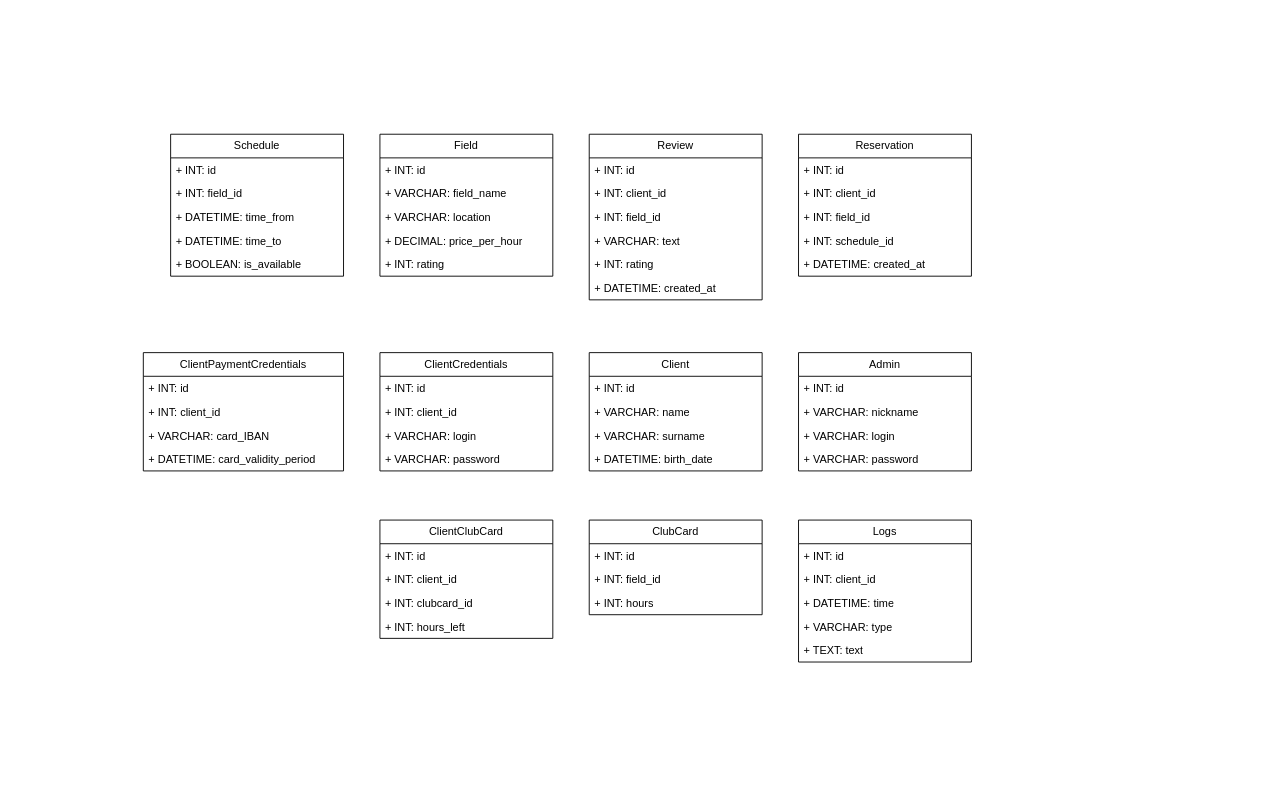
SvetlanaMinich/MDiSUBD_sem5 keeps this draw.io diagram as entities.drawio. Above is the earlier version. Source tidied: cells renumbered, new cells numbered last; positions are measured from the earlier drawing's top-left corner, leaving out a move shared by most shapes. Both pictures are drawn from the tidied source at 91%, with x=0, y=0 at pixel (143, 134).
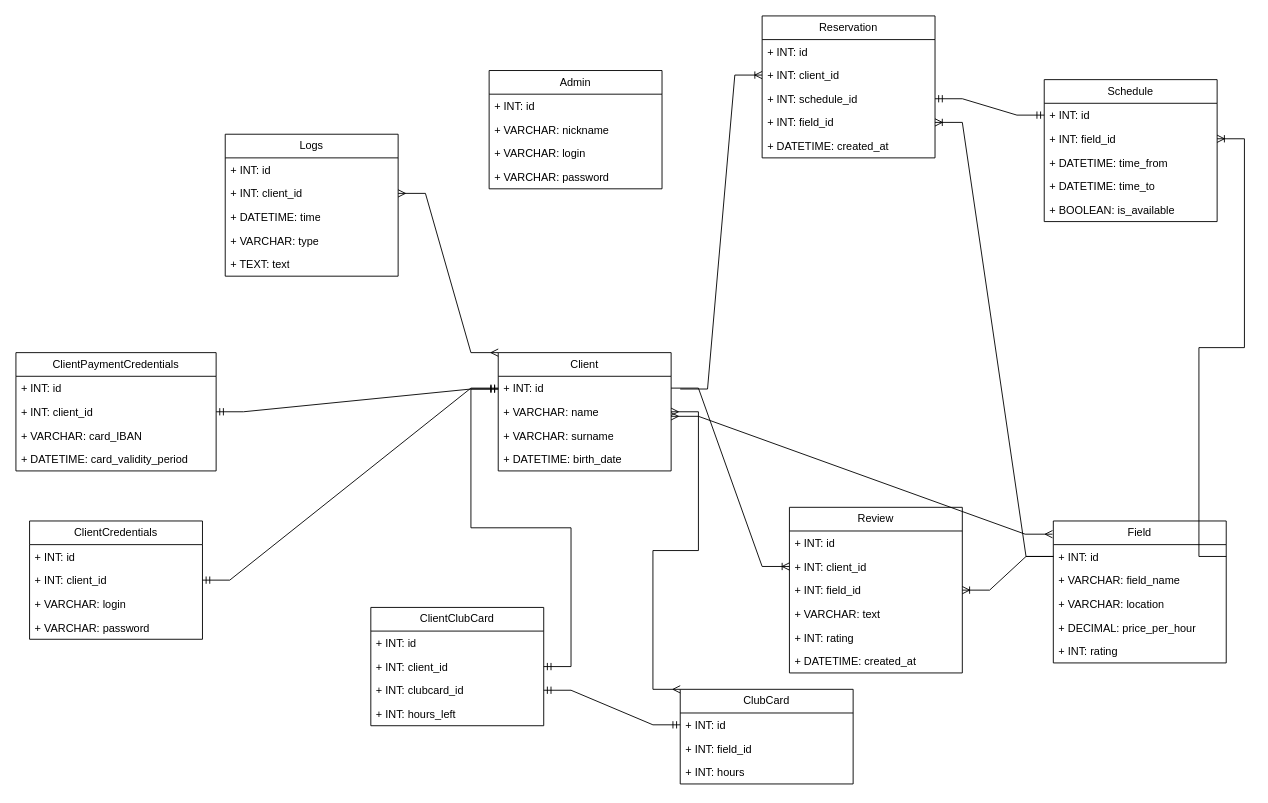
The same page after the edit.

Commit message (it also covers changes not shown here):
entities schema done

The change refers to these unchanged cells:
```xml
<mxCell id="3" value="+ INT: id" style="text;strokeColor=none;fillColor=none;align=left;verticalAlign=top;spacingLeft=4;spacingRight=4;overflow=hidden;points=[[0,0.5],[1,0.5]];portConstraint=eastwest;whiteSpace=wrap;html=1;" parent="2" vertex="1">
  <mxGeometry y="26" width="190" height="26" as="geometry" />
</mxCell>
<mxCell id="10" value="+ INT: client_id" style="text;strokeColor=none;fillColor=none;align=left;verticalAlign=top;spacingLeft=4;spacingRight=4;overflow=hidden;points=[[0,0.5],[1,0.5]];portConstraint=eastwest;whiteSpace=wrap;html=1;" parent="8" vertex="1">
  <mxGeometry y="52" width="190" height="26" as="geometry" />
</mxCell>
<mxCell id="11" value="+ INT: field_id" style="text;strokeColor=none;fillColor=none;align=left;verticalAlign=top;spacingLeft=4;spacingRight=4;overflow=hidden;points=[[0,0.5],[1,0.5]];portConstraint=eastwest;whiteSpace=wrap;html=1;" parent="8" vertex="1">
  <mxGeometry y="78" width="190" height="26" as="geometry" />
</mxCell>
<mxCell id="16" value="+ INT: id" style="text;strokeColor=none;fillColor=none;align=left;verticalAlign=top;spacingLeft=4;spacingRight=4;overflow=hidden;points=[[0,0.5],[1,0.5]];portConstraint=eastwest;whiteSpace=wrap;html=1;" parent="15" vertex="1">
  <mxGeometry y="26" width="190" height="26" as="geometry" />
</mxCell>
<mxCell id="17" value="+ INT: field_id" style="text;strokeColor=none;fillColor=none;align=left;verticalAlign=top;spacingLeft=4;spacingRight=4;overflow=hidden;points=[[0,0.5],[1,0.5]];portConstraint=eastwest;whiteSpace=wrap;html=1;" parent="15" vertex="1">
  <mxGeometry y="52" width="190" height="26" as="geometry" />
</mxCell>
<mxCell id="23" value="+ INT: client_id" style="text;strokeColor=none;fillColor=none;align=left;verticalAlign=top;spacingLeft=4;spacingRight=4;overflow=hidden;points=[[0,0.5],[1,0.5]];portConstraint=eastwest;whiteSpace=wrap;html=1;" parent="21" vertex="1">
  <mxGeometry y="52" width="190" height="26" as="geometry" />
</mxCell>
<mxCell id="28" value="+ INT: id" style="text;strokeColor=none;fillColor=none;align=left;verticalAlign=top;spacingLeft=4;spacingRight=4;overflow=hidden;points=[[0,0.5],[1,0.5]];portConstraint=eastwest;whiteSpace=wrap;html=1;" parent="27" vertex="1">
  <mxGeometry y="26" width="190" height="26" as="geometry" />
</mxCell>
<mxCell id="29" value="+ VARCHAR: name" style="text;strokeColor=none;fillColor=none;align=left;verticalAlign=top;spacingLeft=4;spacingRight=4;overflow=hidden;points=[[0,0.5],[1,0.5]];portConstraint=eastwest;whiteSpace=wrap;html=1;" parent="27" vertex="1">
  <mxGeometry y="52" width="190" height="26" as="geometry" />
</mxCell>
<mxCell id="34" value="+ INT: client_id" style="text;strokeColor=none;fillColor=none;align=left;verticalAlign=top;spacingLeft=4;spacingRight=4;overflow=hidden;points=[[0,0.5],[1,0.5]];portConstraint=eastwest;whiteSpace=wrap;html=1;" parent="32" vertex="1">
  <mxGeometry y="52" width="190" height="26" as="geometry" />
</mxCell>
<mxCell id="39" value="+ INT: client_id" style="text;strokeColor=none;fillColor=none;align=left;verticalAlign=top;spacingLeft=4;spacingRight=4;overflow=hidden;points=[[0,0.5],[1,0.5]];portConstraint=eastwest;whiteSpace=wrap;html=1;" parent="37" vertex="1">
  <mxGeometry y="52" width="220" height="26" as="geometry" />
</mxCell>
<mxCell id="49" value="+ INT: client_id" style="text;strokeColor=none;fillColor=none;align=left;verticalAlign=top;spacingLeft=4;spacingRight=4;overflow=hidden;points=[[0,0.5],[1,0.5]];portConstraint=eastwest;whiteSpace=wrap;html=1;" parent="47" vertex="1">
  <mxGeometry y="52" width="190" height="26" as="geometry" />
</mxCell>
<mxCell id="54" value="+ INT: id" style="text;strokeColor=none;fillColor=none;align=left;verticalAlign=top;spacingLeft=4;spacingRight=4;overflow=hidden;points=[[0,0.5],[1,0.5]];portConstraint=eastwest;whiteSpace=wrap;html=1;" parent="53" vertex="1">
  <mxGeometry y="26" width="190" height="26" as="geometry" />
</mxCell>
<mxCell id="59" value="+ INT: client_id" style="text;strokeColor=none;fillColor=none;align=left;verticalAlign=top;spacingLeft=4;spacingRight=4;overflow=hidden;points=[[0,0.5],[1,0.5]];portConstraint=eastwest;whiteSpace=wrap;html=1;" parent="57" vertex="1">
  <mxGeometry y="52" width="190" height="26" as="geometry" />
</mxCell>
<mxCell id="60" value="+ INT: clubcard_id" style="text;strokeColor=none;fillColor=none;align=left;verticalAlign=top;spacingLeft=4;spacingRight=4;overflow=hidden;points=[[0,0.5],[1,0.5]];portConstraint=eastwest;whiteSpace=wrap;html=1;" parent="57" vertex="1">
  <mxGeometry y="78" width="190" height="26" as="geometry" />
</mxCell>
```

Diff of the diagram source:
```diff
@@
     <mxCell id="2" value="Field" style="swimlane;fontStyle=0;horizontal=1;startSize=26;fillColor=none;whiteSpace=wrap;html=1;" parent="1" vertex="1">
-      <mxGeometry x="260" width="190" height="156" as="geometry" />
+      <mxGeometry x="1000" y="425" width="190" height="156" as="geometry" />
     </mxCell>
@@
     <mxCell id="8" value="Review" style="swimlane;fontStyle=0;horizontal=1;startSize=26;fillColor=none;whiteSpace=wrap;html=1;" parent="1" vertex="1">
-      <mxGeometry x="490" width="190" height="182" as="geometry" />
+      <mxGeometry x="710" y="410" width="190" height="182" as="geometry" />
     </mxCell>
@@
     <mxCell id="15" value="Schedule" style="swimlane;fontStyle=0;horizontal=1;startSize=26;fillColor=none;whiteSpace=wrap;html=1;" parent="1" vertex="1">
-      <mxGeometry x="30" width="190" height="156" as="geometry" />
+      <mxGeometry x="990" y="-60" width="190" height="156" as="geometry" />
     </mxCell>
@@
     <mxCell id="21" value="Reservation" style="swimlane;fontStyle=0;horizontal=1;startSize=26;fillColor=none;whiteSpace=wrap;html=1;" parent="1" vertex="1">
-      <mxGeometry x="720" width="190" height="156" as="geometry" />
+      <mxGeometry x="680" y="-130" width="190" height="156" as="geometry" />
     </mxCell>
@@
+    <mxCell id="25" value="+ INT: schedule_id" style="text;strokeColor=none;fillColor=none;align=left;verticalAlign=top;spacingLeft=4;spacingRight=4;overflow=hidden;points=[[0,0.5],[1,0.5]];portConstraint=eastwest;whiteSpace=wrap;html=1;" parent="21" vertex="1">
+      <mxGeometry y="78" width="190" height="26" as="geometry" />
+    </mxCell>
     <mxCell id="24" value="+ INT: field_id" style="text;strokeColor=none;fillColor=none;align=left;verticalAlign=top;spacingLeft=4;spacingRight=4;overflow=hidden;points=[[0,0.5],[1,0.5]];portConstraint=eastwest;whiteSpace=wrap;html=1;" parent="21" vertex="1">
-      <mxGeometry y="78" width="190" height="26" as="geometry" />
+      <mxGeometry y="104" width="190" height="26" as="geometry" />
     </mxCell>
-    <mxCell id="25" value="+ INT: schedule_id" style="text;strokeColor=none;fillColor=none;align=left;verticalAlign=top;spacingLeft=4;spacingRight=4;overflow=hidden;points=[[0,0.5],[1,0.5]];portConstraint=eastwest;whiteSpace=wrap;html=1;" parent="21" vertex="1">
-      <mxGeometry y="104" width="190" height="26" as="geometry" />
-    </mxCell>
@@
     <mxCell id="27" value="Client" style="swimlane;fontStyle=0;horizontal=1;startSize=26;fillColor=none;whiteSpace=wrap;html=1;" parent="1" vertex="1">
-      <mxGeometry x="490" y="240" width="190" height="130" as="geometry" />
+      <mxGeometry x="390" y="240" width="190" height="130" as="geometry" />
     </mxCell>
@@
     <mxCell id="32" value="ClientCredentials" style="swimlane;fontStyle=0;horizontal=1;startSize=26;fillColor=none;whiteSpace=wrap;html=1;" parent="1" vertex="1">
-      <mxGeometry x="260" y="240" width="190" height="130" as="geometry" />
+      <mxGeometry x="-125" y="425" width="190" height="130" as="geometry" />
     </mxCell>
@@
     <mxCell id="37" value="ClientPaymentCredentials" style="swimlane;fontStyle=0;horizontal=1;startSize=26;fillColor=none;whiteSpace=wrap;html=1;" parent="1" vertex="1">
-      <mxGeometry y="240" width="220" height="130" as="geometry" />
+      <mxGeometry x="-140" y="240" width="220" height="130" as="geometry" />
     </mxCell>
@@
     <mxCell id="42" value="Admin" style="swimlane;fontStyle=0;horizontal=1;startSize=26;fillColor=none;whiteSpace=wrap;html=1;" parent="1" vertex="1">
-      <mxGeometry x="720" y="240" width="190" height="130" as="geometry" />
+      <mxGeometry x="380" y="-70" width="190" height="130" as="geometry" />
     </mxCell>
@@
     <mxCell id="47" value="Logs" style="swimlane;fontStyle=0;horizontal=1;startSize=26;fillColor=none;whiteSpace=wrap;html=1;" parent="1" vertex="1">
-      <mxGeometry x="720" y="424" width="190" height="156" as="geometry" />
+      <mxGeometry x="90" width="190" height="156" as="geometry" />
     </mxCell>
@@
     <mxCell id="53" value="ClubCard" style="swimlane;fontStyle=0;horizontal=1;startSize=26;fillColor=none;whiteSpace=wrap;html=1;" parent="1" vertex="1">
-      <mxGeometry x="490" y="424" width="190" height="104" as="geometry" />
+      <mxGeometry x="590" y="610" width="190" height="104" as="geometry" />
     </mxCell>
@@
     <mxCell id="57" value="ClientClubCard" style="swimlane;fontStyle=0;horizontal=1;startSize=26;fillColor=none;whiteSpace=wrap;html=1;" parent="1" vertex="1">
-      <mxGeometry x="260" y="424" width="190" height="130" as="geometry" />
+      <mxGeometry x="250" y="520" width="190" height="130" as="geometry" />
     </mxCell>
@@
+    <mxCell id="62" style="edgeStyle=entityRelationEdgeStyle;fontSize=12;html=1;endArrow=ERmandOne;startArrow=ERmandOne;rounded=0;exitX=1;exitY=0.5;exitDx=0;exitDy=0;entryX=0;entryY=0.5;entryDx=0;entryDy=0;" parent="1" edge="1" source="34" target="28">
+      <mxGeometry relative="1" as="geometry" />
+    </mxCell>
+    <mxCell id="63" style="edgeStyle=entityRelationEdgeStyle;fontSize=12;html=1;endArrow=ERmandOne;startArrow=ERmandOne;rounded=0;exitX=1;exitY=0.5;exitDx=0;exitDy=0;" parent="1" edge="1" source="39">
+      <mxGeometry relative="1" as="geometry">
+        <mxPoint x="390" y="280" as="targetPoint" />
+      </mxGeometry>
+    </mxCell>
+    <mxCell id="64" style="edgeStyle=entityRelationEdgeStyle;fontSize=12;html=1;endArrow=ERmandOne;startArrow=ERmandOne;rounded=0;entryX=0;entryY=0.5;entryDx=0;entryDy=0;exitX=1;exitY=0.5;exitDx=0;exitDy=0;" parent="1" edge="1" source="25" target="16">
+      <mxGeometry relative="1" as="geometry" />
+    </mxCell>
+    <mxCell id="65" style="edgeStyle=entityRelationEdgeStyle;fontSize=12;html=1;endArrow=ERmandOne;startArrow=ERmandOne;rounded=0;exitX=1;exitY=0.5;exitDx=0;exitDy=0;" parent="1" edge="1" source="59">
+      <mxGeometry relative="1" as="geometry">
+        <mxPoint x="390" y="280" as="targetPoint" />
+        <Array as="points">
+          <mxPoint x="210" y="430" />
+          <mxPoint x="190" y="430" />
+          <mxPoint x="180" y="440" />
+        </Array>
+      </mxGeometry>
+    </mxCell>
+    <mxCell id="66" style="edgeStyle=entityRelationEdgeStyle;fontSize=12;html=1;endArrow=ERmandOne;startArrow=ERmandOne;rounded=0;exitX=1;exitY=0.5;exitDx=0;exitDy=0;entryX=0;entryY=0.5;entryDx=0;entryDy=0;" parent="1" edge="1" source="60" target="54">
+      <mxGeometry relative="1" as="geometry" />
+    </mxCell>
+    <mxCell id="67" style="edgeStyle=entityRelationEdgeStyle;fontSize=12;html=1;endArrow=ERoneToMany;rounded=0;exitX=0;exitY=0.5;exitDx=0;exitDy=0;entryX=1;entryY=0.5;entryDx=0;entryDy=0;" parent="1" edge="1" source="3" target="11">
+      <mxGeometry relative="1" as="geometry">
+        <Array as="points">
+          <mxPoint x="970" y="300" />
+        </Array>
+      </mxGeometry>
+    </mxCell>
+    <mxCell id="68" style="edgeStyle=entityRelationEdgeStyle;fontSize=12;html=1;endArrow=ERoneToMany;rounded=0;exitX=1;exitY=0.5;exitDx=0;exitDy=0;entryX=1;entryY=0.5;entryDx=0;entryDy=0;" parent="1" edge="1" source="3" target="17">
+      <mxGeometry relative="1" as="geometry">
+        <Array as="points">
+          <mxPoint x="1360.5" y="220" />
+          <mxPoint x="1410.5" y="210" />
+          <mxPoint x="1250" y="120" />
+        </Array>
+      </mxGeometry>
+    </mxCell>
+    <mxCell id="69" style="edgeStyle=entityRelationEdgeStyle;fontSize=12;html=1;endArrow=ERoneToMany;rounded=0;exitX=0;exitY=0.5;exitDx=0;exitDy=0;entryX=1;entryY=0.5;entryDx=0;entryDy=0;" parent="1" edge="1" source="3" target="24">
+      <mxGeometry relative="1" as="geometry" />
+    </mxCell>
+    <mxCell id="70" style="edgeStyle=entityRelationEdgeStyle;fontSize=12;html=1;endArrow=ERoneToMany;rounded=0;exitX=1;exitY=0.5;exitDx=0;exitDy=0;entryX=0;entryY=0.5;entryDx=0;entryDy=0;" parent="1" edge="1" source="28" target="10">
+      <mxGeometry relative="1" as="geometry" />
+    </mxCell>
+    <mxCell id="71" style="edgeStyle=entityRelationEdgeStyle;fontSize=12;html=1;endArrow=ERoneToMany;rounded=0;entryX=0;entryY=0.5;entryDx=0;entryDy=0;" parent="1" edge="1" target="23">
+      <mxGeometry relative="1" as="geometry">
+        <mxPoint x="590" y="280" as="sourcePoint" />
+      </mxGeometry>
+    </mxCell>
+    <mxCell id="72" style="edgeStyle=entityRelationEdgeStyle;fontSize=12;html=1;endArrow=ERmany;startArrow=ERmany;rounded=0;exitX=1;exitY=0.5;exitDx=0;exitDy=0;entryX=0;entryY=0;entryDx=0;entryDy=0;" parent="1" edge="1" source="29" target="53">
+      <mxGeometry relative="1" as="geometry" />
+    </mxCell>
+    <mxCell id="73" style="edgeStyle=entityRelationEdgeStyle;fontSize=12;html=1;endArrow=ERmany;startArrow=ERmany;rounded=0;entryX=-0.005;entryY=0.093;entryDx=0;entryDy=0;entryPerimeter=0;" parent="1" edge="1" target="2">
+      <mxGeometry relative="1" as="geometry">
+        <mxPoint x="580" y="310" as="sourcePoint" />
+      </mxGeometry>
+    </mxCell>
+    <mxCell id="74" style="edgeStyle=entityRelationEdgeStyle;fontSize=12;html=1;endArrow=ERmany;startArrow=ERmany;rounded=0;entryX=1;entryY=0.5;entryDx=0;entryDy=0;exitX=0;exitY=0;exitDx=0;exitDy=0;" parent="1" edge="1" source="27" target="49">
+      <mxGeometry relative="1" as="geometry" />
+    </mxCell>
```
